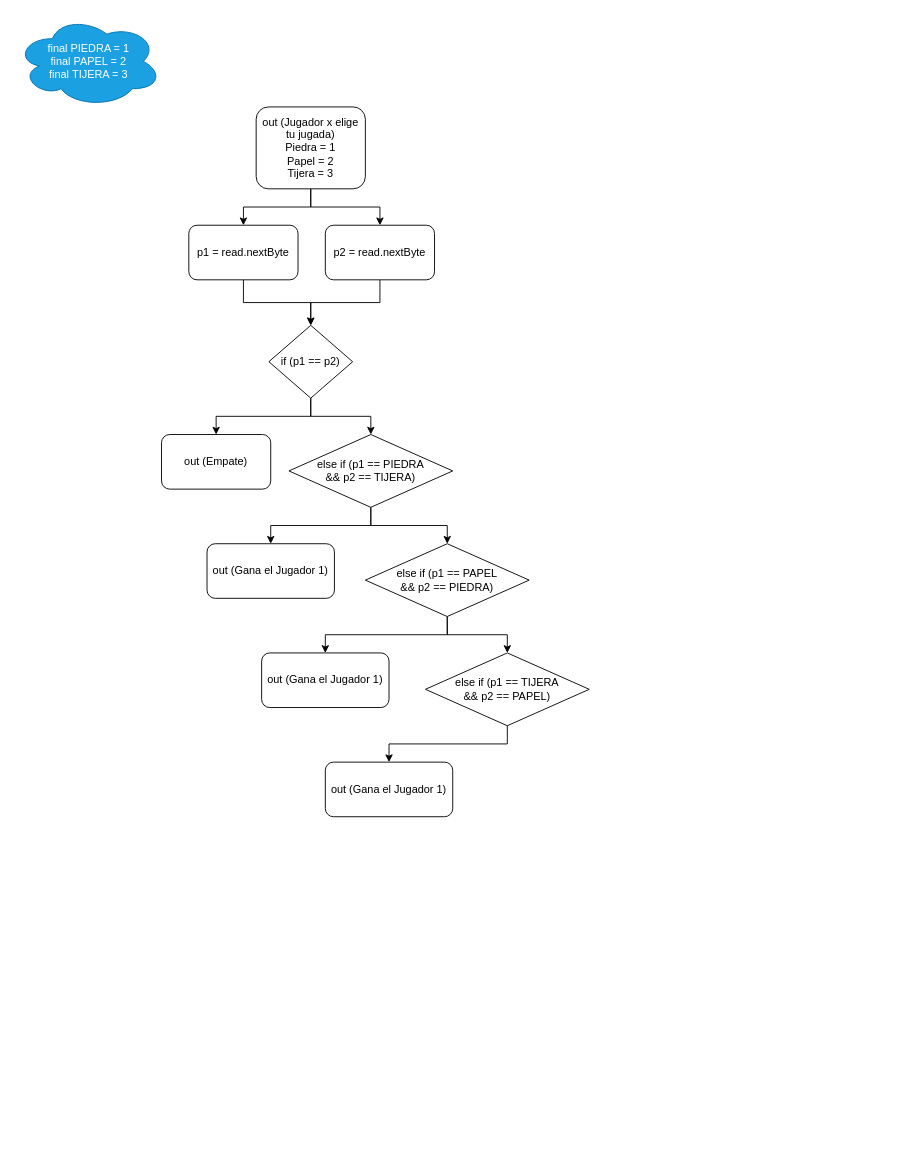
This is src/ejercicio9/Ejercicio 9.drawio from antonionavarro04/Tema2Boletin1, a draw.io file, before an edit. Source tidied: cells renumbered, new cells numbered last; positions are measured from the earlier drawing's top-left corner, leaving out a move shared by most shapes. Both pictures are drawn from the tidied source at 91%, with x=0, y=0 at pixel (15, 15).
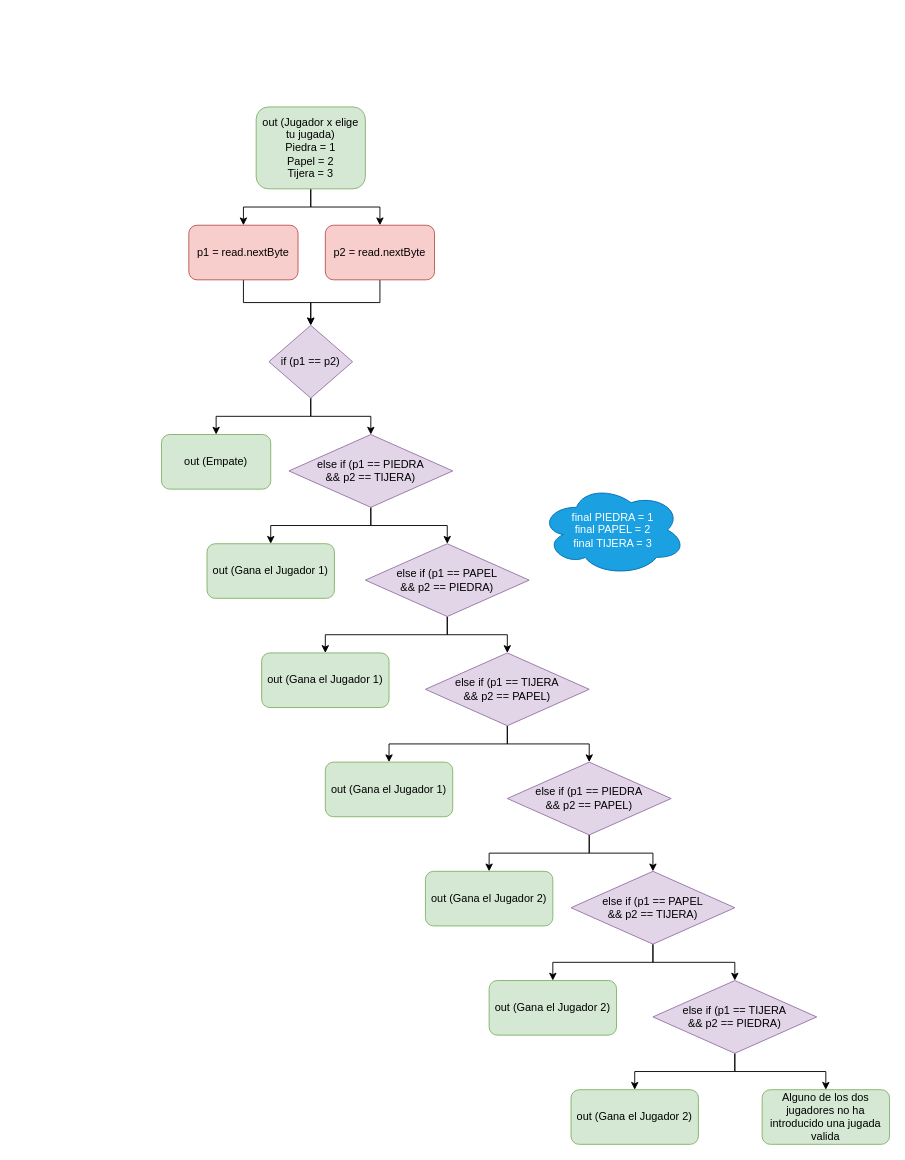
After the change.

Commit message:
Me encantan estos estilos de diagramas

Change to the diagram source:
```diff
@@
     <mxCell id="2" value="final PIEDRA = 1&lt;br&gt;final&amp;nbsp;PAPEL = 2&lt;br&gt;final&amp;nbsp;TIJERA = 3" style="ellipse;shape=cloud;whiteSpace=wrap;html=1;fillColor=#1ba1e2;strokeColor=#006EAF;fontColor=#ffffff;" parent="1" vertex="1">
-      <mxGeometry width="160" height="100" as="geometry" />
+      <mxGeometry x="576" y="515" width="160" height="100" as="geometry" />
     </mxCell>
@@
-    <mxCell id="4" value="p1 = read.nextByte" style="rounded=1;whiteSpace=wrap;html=1;" parent="1" vertex="1">
+    <mxCell id="4" value="p1 = read.nextByte" style="rounded=1;whiteSpace=wrap;html=1;fillColor=#f8cecc;strokeColor=#b85450;" parent="1" vertex="1">
       <mxGeometry x="190" y="230" width="120" height="60" as="geometry" />
     </mxCell>
@@
-    <mxCell id="7" value="out (Jugador x elige tu jugada)&lt;br&gt;Piedra = 1&lt;br&gt;Papel = 2&lt;br&gt;Tijera = 3" style="rounded=1;whiteSpace=wrap;html=1;" parent="1" vertex="1">
+    <mxCell id="7" value="out (Jugador x elige tu jugada)&lt;br&gt;Piedra = 1&lt;br&gt;Papel = 2&lt;br&gt;Tijera = 3" style="rounded=1;whiteSpace=wrap;html=1;fillColor=#d5e8d4;strokeColor=#82b366;" parent="1" vertex="1">
       <mxGeometry x="264" y="100" width="120" height="90" as="geometry" />
     </mxCell>
@@
-    <mxCell id="9" value="p2 = read.nextByte" style="rounded=1;whiteSpace=wrap;html=1;" parent="1" vertex="1">
+    <mxCell id="9" value="p2 = read.nextByte" style="rounded=1;whiteSpace=wrap;html=1;fillColor=#f8cecc;strokeColor=#b85450;" parent="1" vertex="1">
       <mxGeometry x="340" y="230" width="120" height="60" as="geometry" />
     </mxCell>
@@
-    <mxCell id="12" value="if (p1 == p2)" style="rhombus;whiteSpace=wrap;html=1;" parent="1" vertex="1">
+    <mxCell id="12" value="if (p1 == p2)" style="rhombus;whiteSpace=wrap;html=1;fillColor=#e1d5e7;strokeColor=#9673a6;" parent="1" vertex="1">
       <mxGeometry x="278" y="340" width="92" height="80" as="geometry" />
     </mxCell>
-    <mxCell id="13" value="out (Empate)" style="rounded=1;whiteSpace=wrap;html=1;" parent="1" vertex="1">
+    <mxCell id="13" value="out (Empate)" style="rounded=1;whiteSpace=wrap;html=1;fillColor=#d5e8d4;strokeColor=#82b366;" parent="1" vertex="1">
       <mxGeometry x="160" y="460" width="120" height="60" as="geometry" />
     </mxCell>
@@
-    <mxCell id="16" value="else if (p1 == PIEDRA&lt;br&gt;&amp;amp;&amp;amp; p2 == TIJERA)" style="rhombus;whiteSpace=wrap;html=1;" parent="1" vertex="1">
+    <mxCell id="16" value="else if (p1 == PIEDRA&lt;br&gt;&amp;amp;&amp;amp; p2 == TIJERA)" style="rhombus;whiteSpace=wrap;html=1;fillColor=#e1d5e7;strokeColor=#9673a6;" parent="1" vertex="1">
       <mxGeometry x="300" y="460" width="180" height="80" as="geometry" />
     </mxCell>
-    <mxCell id="17" value="out (Gana el Jugador 1)" style="rounded=1;whiteSpace=wrap;html=1;" parent="1" vertex="1">
+    <mxCell id="17" value="out (Gana el Jugador 1)" style="rounded=1;whiteSpace=wrap;html=1;fillColor=#d5e8d4;strokeColor=#82b366;" parent="1" vertex="1">
       <mxGeometry x="210" y="580" width="140" height="60" as="geometry" />
     </mxCell>
-    <mxCell id="18" value="out (Gana el Jugador 1)" style="rounded=1;whiteSpace=wrap;html=1;" parent="1" vertex="1">
+    <mxCell id="18" value="out (Gana el Jugador 1)" style="rounded=1;whiteSpace=wrap;html=1;fillColor=#d5e8d4;strokeColor=#82b366;" parent="1" vertex="1">
       <mxGeometry x="270" y="700" width="140" height="60" as="geometry" />
     </mxCell>
-    <mxCell id="19" value="out (Gana el Jugador 1)" style="rounded=1;whiteSpace=wrap;html=1;" parent="1" vertex="1">
+    <mxCell id="19" value="out (Gana el Jugador 1)" style="rounded=1;whiteSpace=wrap;html=1;fillColor=#d5e8d4;strokeColor=#82b366;" parent="1" vertex="1">
       <mxGeometry x="340" y="820" width="140" height="60" as="geometry" />
     </mxCell>
@@
-    <mxCell id="22" value="else if (p1 == PAPEL&lt;br&gt;&amp;amp;&amp;amp; p2 == PIEDRA)" style="rhombus;whiteSpace=wrap;html=1;" parent="1" vertex="1">
+    <mxCell id="22" value="else if (p1 == PAPEL&lt;br&gt;&amp;amp;&amp;amp; p2 == PIEDRA)" style="rhombus;whiteSpace=wrap;html=1;fillColor=#e1d5e7;strokeColor=#9673a6;" parent="1" vertex="1">
       <mxGeometry x="384" y="580" width="180" height="80" as="geometry" />
     </mxCell>
@@
+    <mxCell id="25" style="edgeStyle=orthogonalEdgeStyle;rounded=0;jettySize=auto;html=1;exitX=0.5;exitY=1;exitDx=0;exitDy=0;entryX=0.5;entryY=0;entryDx=0;entryDy=0;" parent="1" edge="1" source="24" target="28">
+      <mxGeometry relative="1" as="geometry" />
+    </mxCell>
-    <mxCell id="24" value="else if (p1 == TIJERA&lt;br&gt;&amp;amp;&amp;amp; p2 == PAPEL)" style="rhombus;whiteSpace=wrap;html=1;" parent="1" vertex="1">
+    <mxCell id="24" value="else if (p1 == TIJERA&lt;br&gt;&amp;amp;&amp;amp; p2 == PAPEL)" style="rhombus;whiteSpace=wrap;html=1;fillColor=#e1d5e7;strokeColor=#9673a6;" parent="1" vertex="1">
       <mxGeometry x="450" y="700" width="180" height="80" as="geometry" />
     </mxCell>
+    <mxCell id="26" style="edgeStyle=orthogonalEdgeStyle;rounded=0;jettySize=auto;html=1;exitX=0.5;exitY=1;exitDx=0;exitDy=0;entryX=0.5;entryY=0;entryDx=0;entryDy=0;" parent="1" edge="1" source="28" target="29">
+      <mxGeometry relative="1" as="geometry" />
+    </mxCell>
+    <mxCell id="27" style="edgeStyle=orthogonalEdgeStyle;rounded=0;jettySize=auto;html=1;exitX=0.5;exitY=1;exitDx=0;exitDy=0;entryX=0.5;entryY=0;entryDx=0;entryDy=0;" parent="1" edge="1" source="28" target="32">
+      <mxGeometry relative="1" as="geometry" />
+    </mxCell>
+    <mxCell id="28" value="else if (p1 == PIEDRA&lt;br&gt;&amp;amp;&amp;amp; p2 == PAPEL)" style="rhombus;whiteSpace=wrap;html=1;fillColor=#e1d5e7;strokeColor=#9673a6;" parent="1" vertex="1">
+      <mxGeometry x="540" y="820" width="180" height="80" as="geometry" />
+    </mxCell>
+    <mxCell id="29" value="out (Gana el Jugador 2)" style="rounded=1;whiteSpace=wrap;html=1;fillColor=#d5e8d4;strokeColor=#82b366;" parent="1" vertex="1">
+      <mxGeometry x="450" y="940" width="140" height="60" as="geometry" />
+    </mxCell>
+    <mxCell id="30" style="edgeStyle=orthogonalEdgeStyle;rounded=0;jettySize=auto;html=1;exitX=0.5;exitY=1;exitDx=0;exitDy=0;entryX=0.5;entryY=0;entryDx=0;entryDy=0;" parent="1" edge="1" source="32" target="33">
+      <mxGeometry relative="1" as="geometry" />
+    </mxCell>
+    <mxCell id="31" style="edgeStyle=orthogonalEdgeStyle;rounded=0;jettySize=auto;html=1;exitX=0.5;exitY=1;exitDx=0;exitDy=0;entryX=0.5;entryY=0;entryDx=0;entryDy=0;" parent="1" edge="1" source="32" target="36">
+      <mxGeometry relative="1" as="geometry" />
+    </mxCell>
+    <mxCell id="32" value="else if (p1 == PAPEL&lt;br&gt;&amp;amp;&amp;amp; p2 == TIJERA)" style="rhombus;whiteSpace=wrap;html=1;fillColor=#e1d5e7;strokeColor=#9673a6;" parent="1" vertex="1">
+      <mxGeometry x="610" y="940" width="180" height="80" as="geometry" />
+    </mxCell>
+    <mxCell id="33" value="out (Gana el Jugador 2)" style="rounded=1;whiteSpace=wrap;html=1;fillColor=#d5e8d4;strokeColor=#82b366;" parent="1" vertex="1">
+      <mxGeometry x="520" y="1060" width="140" height="60" as="geometry" />
+    </mxCell>
+    <mxCell id="34" style="edgeStyle=orthogonalEdgeStyle;rounded=0;jettySize=auto;html=1;exitX=0.5;exitY=1;exitDx=0;exitDy=0;entryX=0.5;entryY=0;entryDx=0;entryDy=0;" parent="1" edge="1" source="36" target="37">
+      <mxGeometry relative="1" as="geometry" />
+    </mxCell>
+    <mxCell id="35" style="edgeStyle=orthogonalEdgeStyle;rounded=0;jettySize=auto;html=1;exitX=0.5;exitY=1;exitDx=0;exitDy=0;entryX=0.5;entryY=0;entryDx=0;entryDy=0;" parent="1" edge="1" source="36" target="38">
+      <mxGeometry relative="1" as="geometry" />
+    </mxCell>
+    <mxCell id="36" value="else if (p1 == TIJERA&lt;br&gt;&amp;amp;&amp;amp; p2 == PIEDRA)" style="rhombus;whiteSpace=wrap;html=1;fillColor=#e1d5e7;strokeColor=#9673a6;" parent="1" vertex="1">
+      <mxGeometry x="700" y="1060" width="180" height="80" as="geometry" />
+    </mxCell>
+    <mxCell id="37" value="out (Gana el Jugador 2)" style="rounded=1;whiteSpace=wrap;html=1;fillColor=#d5e8d4;strokeColor=#82b366;" parent="1" vertex="1">
+      <mxGeometry x="610" y="1180" width="140" height="60" as="geometry" />
+    </mxCell>
+    <mxCell id="38" value="Alguno de los dos jugadores no ha introducido una jugada valida" style="rounded=1;whiteSpace=wrap;html=1;fillColor=#d5e8d4;strokeColor=#82b366;" parent="1" vertex="1">
+      <mxGeometry x="820" y="1180" width="140" height="60" as="geometry" />
+    </mxCell>
```
